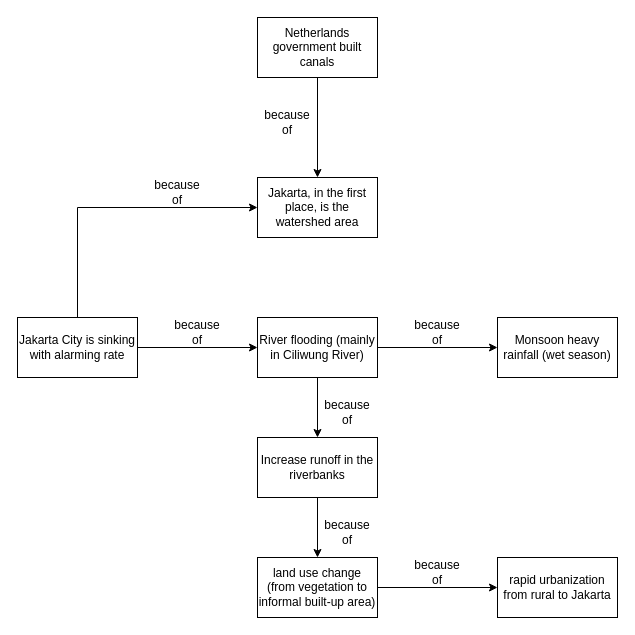
Above: Sinking City.drawio in ofitrahramadhan/ofitrahramadhan (draw.io), before the change. Source tidied: cells renumbered, new cells numbered last; positions are measured from the earlier drawing's top-left corner, leaving out a move shared by most shapes. Both pictures are drawn from the tidied source at 100%, with x=0, y=0 at pixel (17, 17).
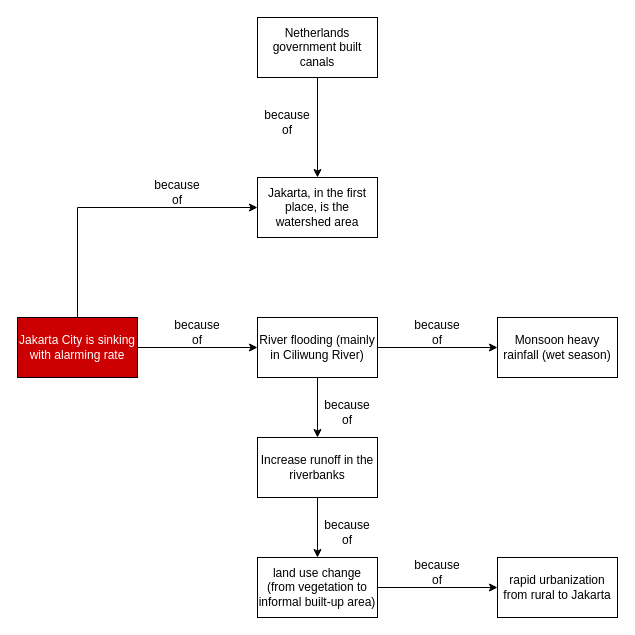
Above is the later version.

Diff of the diagram source:
```diff
@@
-    <mxCell id="4" value="Jakarta City is sinking with alarming rate" style="rounded=0;whiteSpace=wrap;html=1;" parent="1" vertex="1">
+    <mxCell id="4" value="&lt;font style=&quot;color: rgb(255, 255, 255);&quot;&gt;Jakarta City is sinking with alarming rate&lt;/font&gt;" style="rounded=0;whiteSpace=wrap;html=1;fillColor=#CC0000;" parent="1" vertex="1">
       <mxGeometry y="300" width="120" height="60" as="geometry" />
     </mxCell>
```
